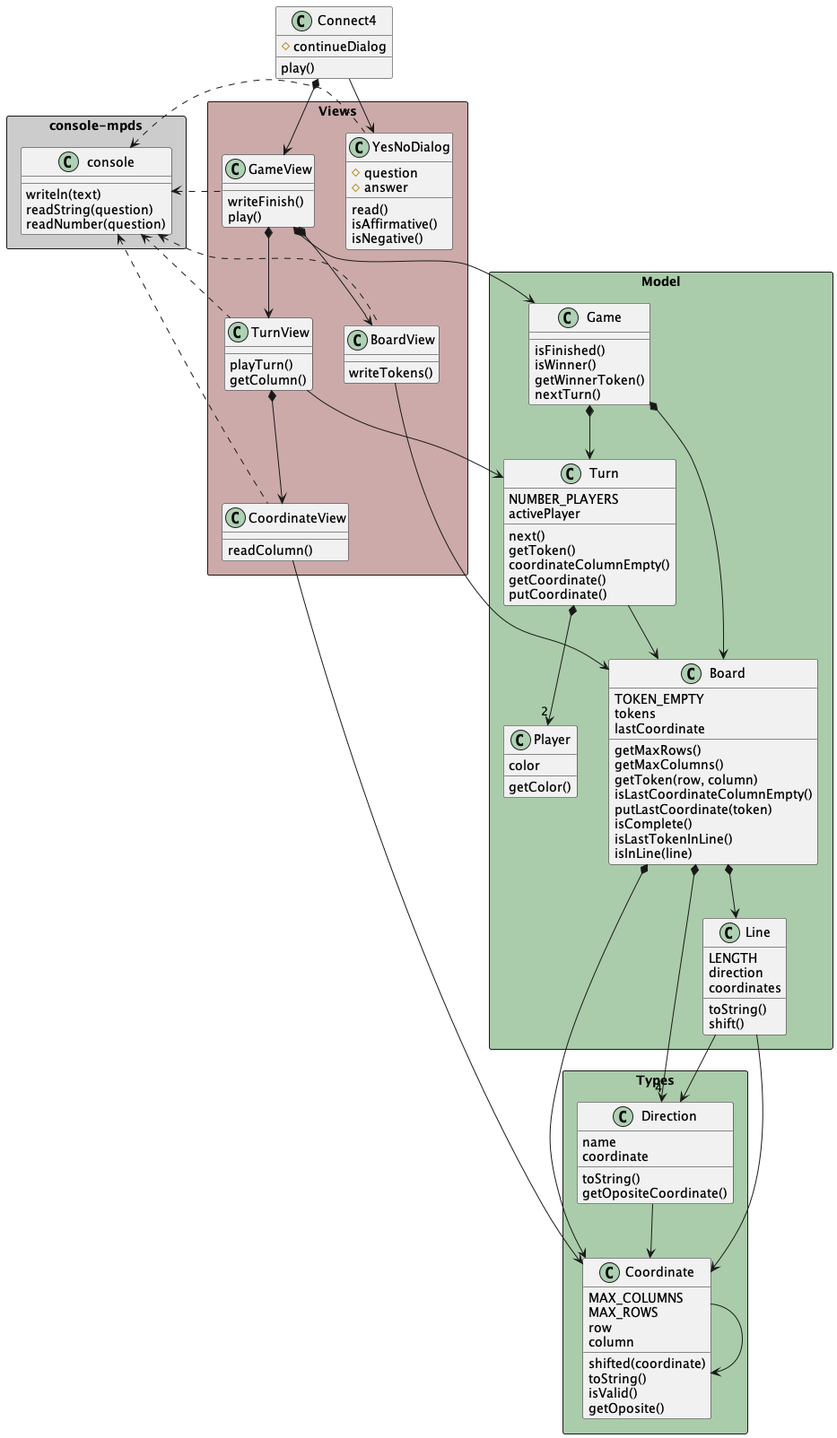
This is game-connect4/docs/diagrams/objectOriented/constructorFunction/class diagram/connect4_constructorFunction_classdiagram.png from mpaulaherrero/escuelaIT, a PlantUML export, as it was before one commit.
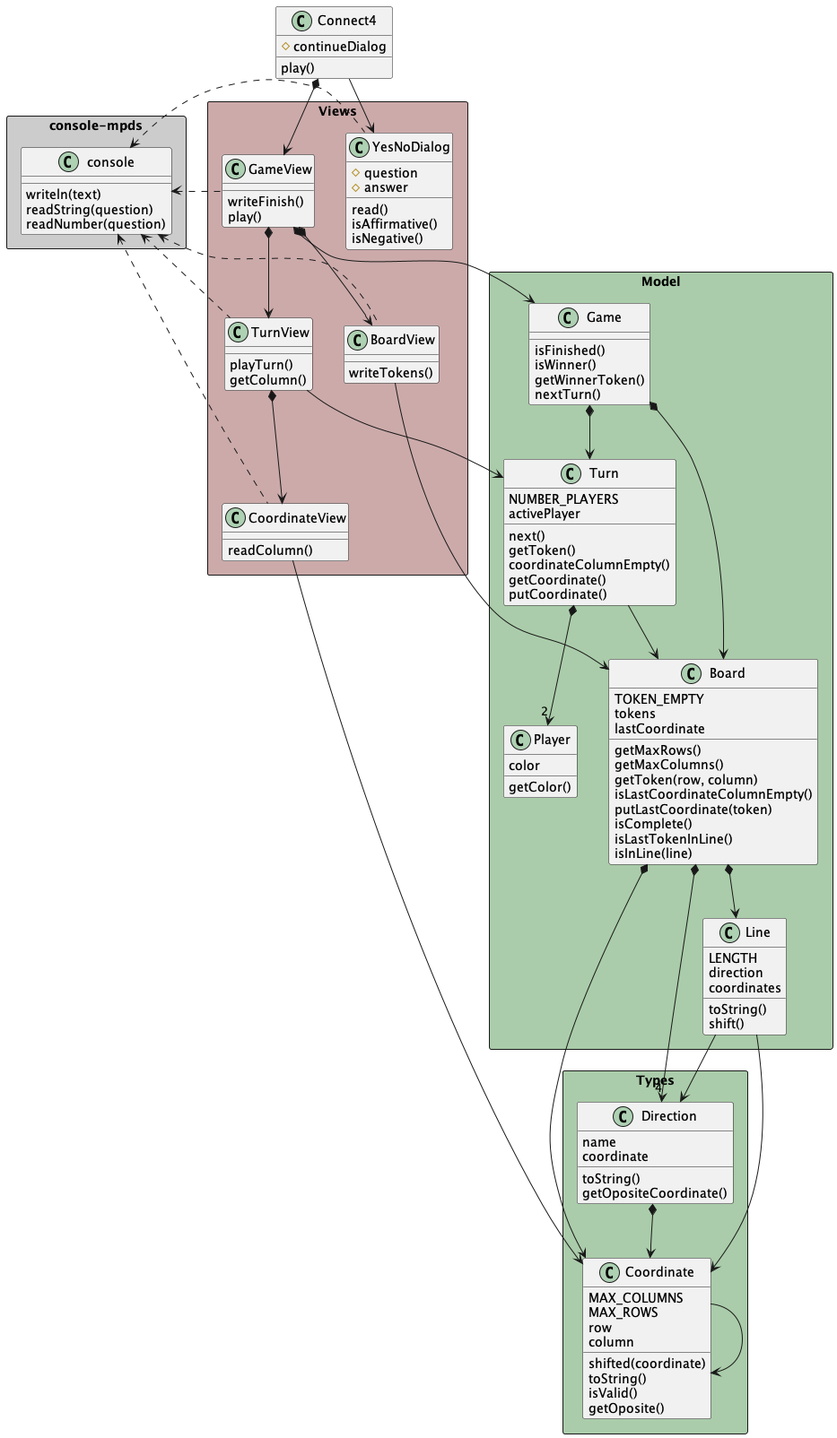
Later version of the same file.

Commit message:
new coordination in direction

The edit, as a diff of the source:
```diff
@@ -111,7 +111,7 @@
 
 CoordinateView -> Coordinate
 
-Direction -down-> Coordinate
+Direction *-down-> Coordinate
 
 Line -down-> Coordinate
 Line -down-> Direction
```
